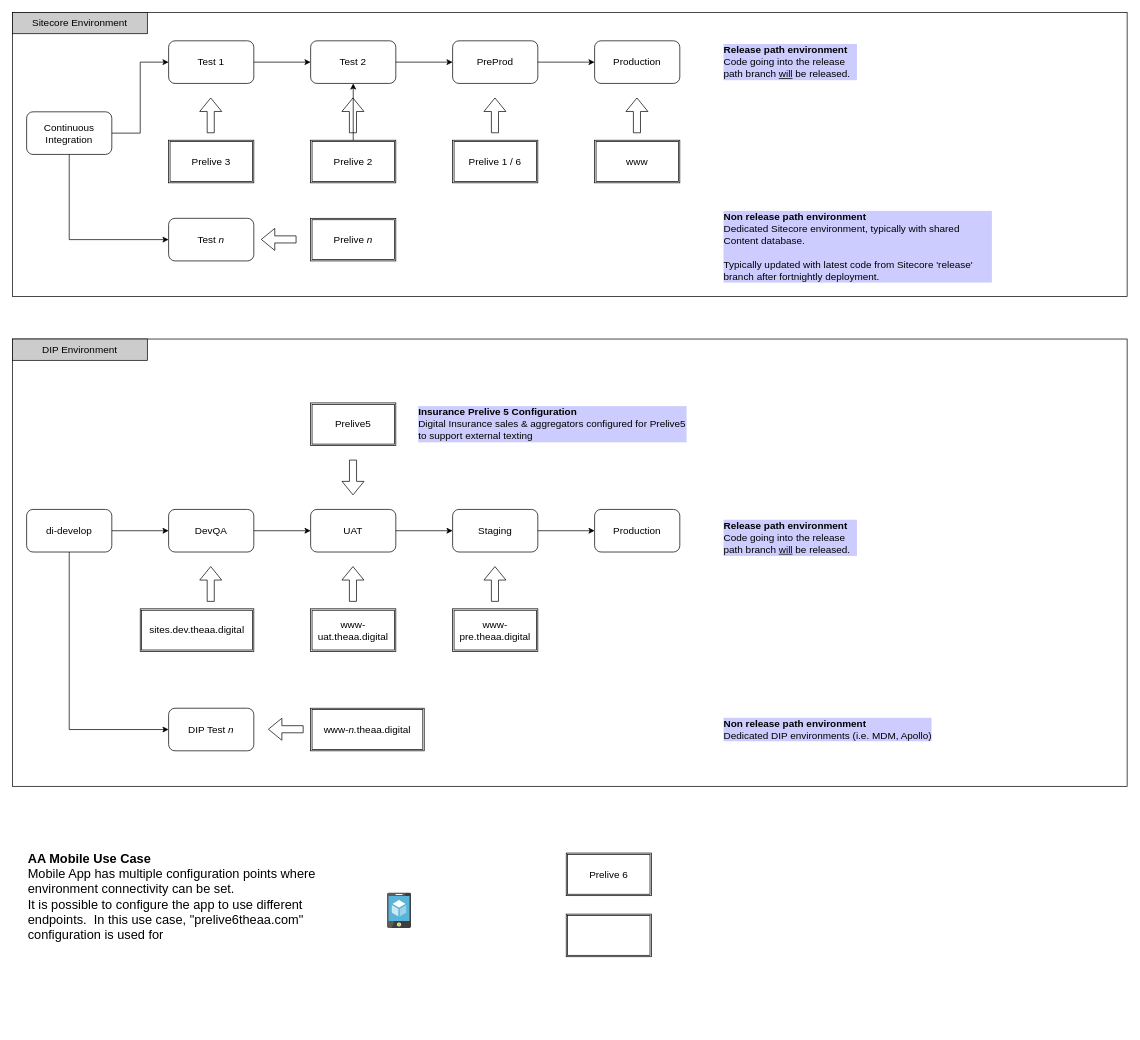
Earlier version of the draw.io diagram Environment.drawio (andrewjamescarr/diagrams). Source tidied: cells renumbered, new cells numbered last; positions are measured from the earlier drawing's top-left corner, leaving out a move shared by most shapes. Both pictures are drawn from the tidied source at 71%, with x=0, y=0 at pixel (12, 12).
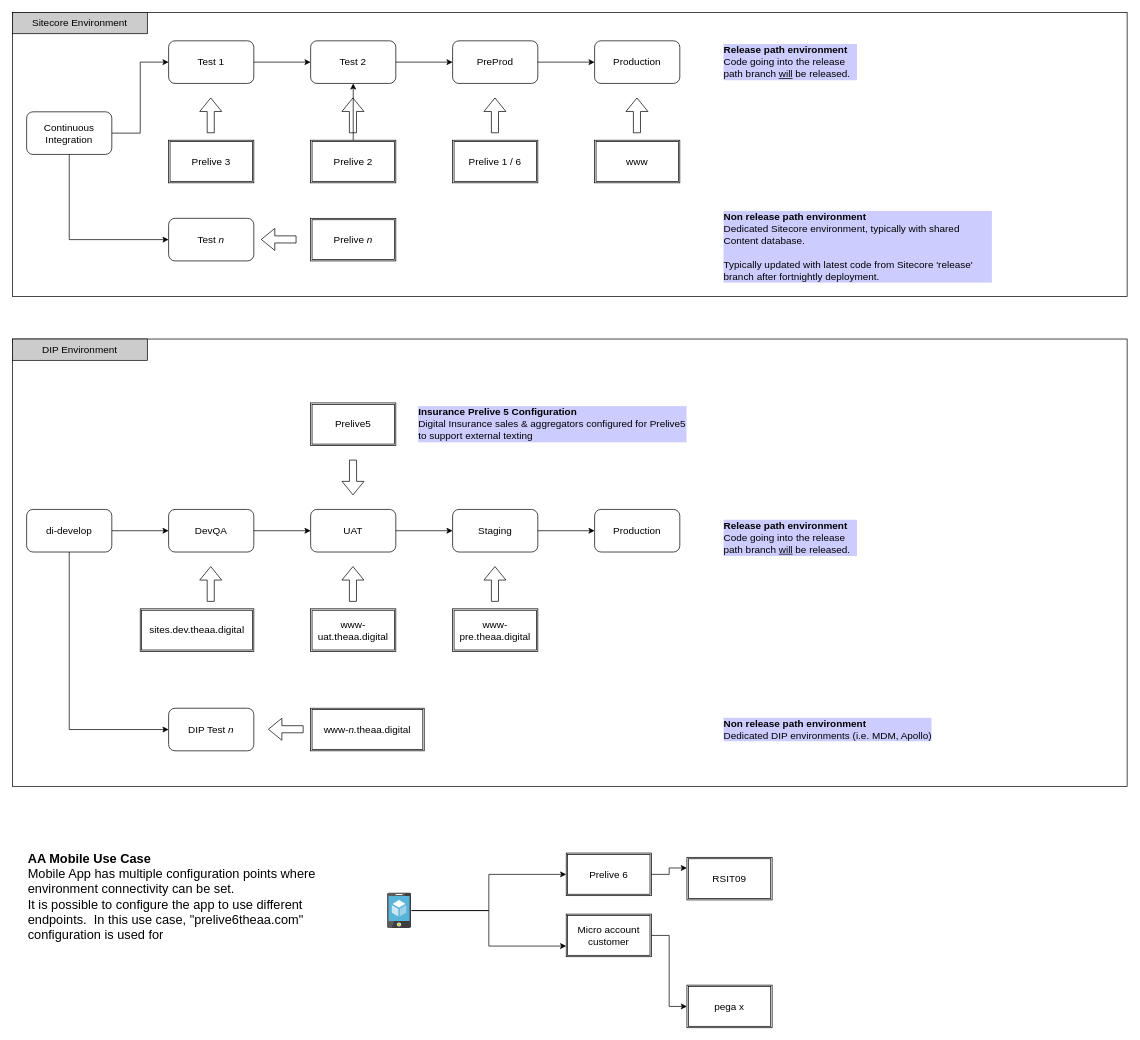
The same page after the edit.

The change refers to these unchanged cells:
```xml
<mxCell id="54" style="html=1;points=[];align=center;image;fontSize=12;image=img/lib/mscae/App_Service_Mobile_App.svg;labelBackgroundColor=none;fillColor=none;" parent="1" vertex="1">
  <mxGeometry x="528" y="1240" width="34" height="50" as="geometry" />
</mxCell>
<mxCell id="55" value="Prelive 6" style="shape=ext;double=1;rounded=0;whiteSpace=wrap;html=1;fillColor=none;fontSize=14;" parent="1" vertex="1">
  <mxGeometry x="780" y="1184" width="120" height="60" as="geometry" />
</mxCell>
```

Diff of the diagram source:
```diff
@@
+    <mxCell id="58" style="edgeStyle=orthogonalEdgeStyle;rounded=0;jettySize=auto;html=1;entryX=0;entryY=0.5;entryDx=0;entryDy=0;" parent="1" edge="1" source="54" target="55">
+      <mxGeometry relative="1" as="geometry" />
+    </mxCell>
+    <mxCell id="59" style="edgeStyle=orthogonalEdgeStyle;rounded=0;jettySize=auto;html=1;entryX=0;entryY=0.75;entryDx=0;entryDy=0;" parent="1" edge="1" source="54" target="56">
+      <mxGeometry relative="1" as="geometry" />
+    </mxCell>
@@
+    <mxCell id="60" style="edgeStyle=orthogonalEdgeStyle;rounded=0;jettySize=auto;html=1;entryX=0;entryY=0.25;entryDx=0;entryDy=0;" parent="1" edge="1" source="55" target="62">
+      <mxGeometry relative="1" as="geometry" />
+    </mxCell>
@@
+    <mxCell id="61" style="edgeStyle=orthogonalEdgeStyle;rounded=0;jettySize=auto;html=1;entryX=0;entryY=0.5;entryDx=0;entryDy=0;" parent="1" edge="1" source="56" target="63">
+      <mxGeometry relative="1" as="geometry" />
+    </mxCell>
-    <mxCell id="56" style="shape=ext;double=1;rounded=0;whiteSpace=wrap;html=1;fillColor=none;fontSize=14;" parent="1" vertex="1">
+    <mxCell id="56" value="Micro account customer" style="shape=ext;double=1;rounded=0;whiteSpace=wrap;html=1;fillColor=none;fontSize=14;" parent="1" vertex="1">
       <mxGeometry x="780" y="1270" width="120" height="60" as="geometry" />
     </mxCell>
@@
+    <mxCell id="62" value="RSIT09" style="shape=ext;double=1;rounded=0;whiteSpace=wrap;html=1;fillColor=none;fontSize=14;" parent="1" vertex="1">
+      <mxGeometry x="950" y="1190" width="120" height="60" as="geometry" />
+    </mxCell>
+    <mxCell id="63" value="pega x" style="shape=ext;double=1;rounded=0;whiteSpace=wrap;html=1;fillColor=none;fontSize=14;" parent="1" vertex="1">
+      <mxGeometry x="950" y="1370" width="120" height="60" as="geometry" />
+    </mxCell>
```
